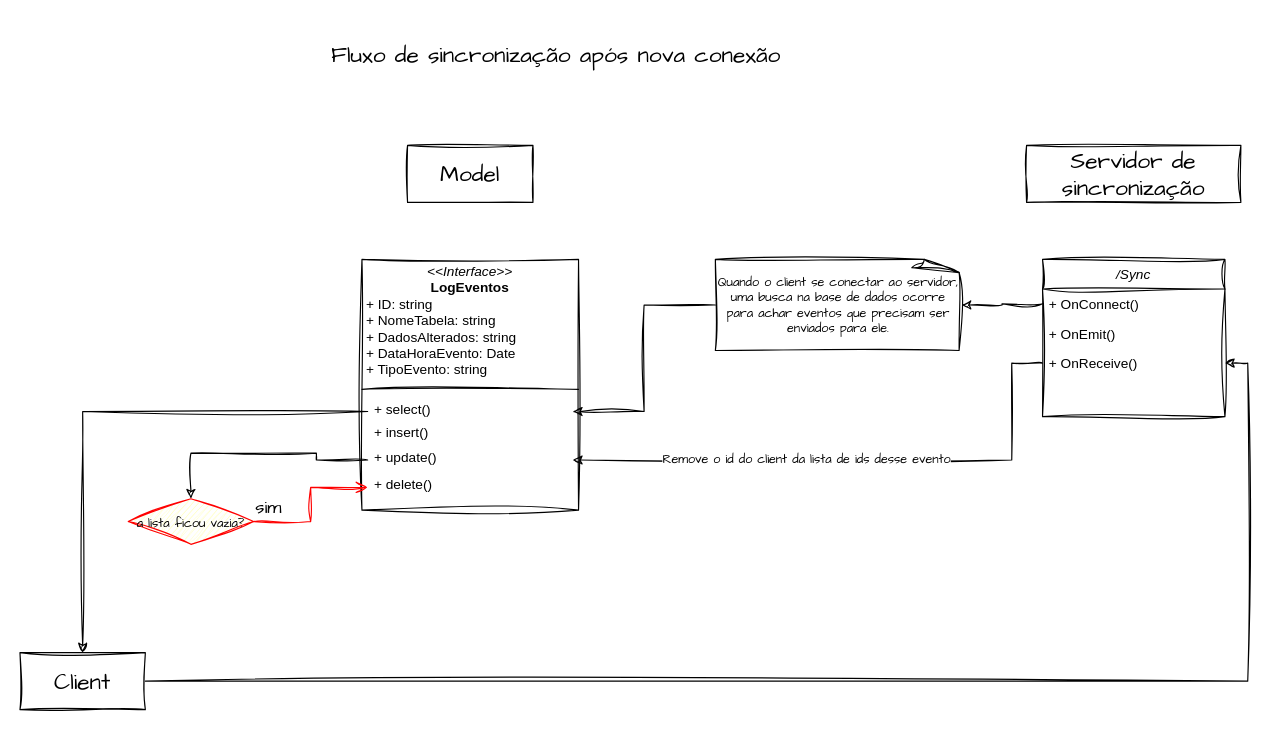
This is page "Primeira sincronização" (1 of 2) of Pulsar Sync.drawio from Vusmonth/uml, a draw.io file, before an edit. Source tidied: cells renumbered, new cells numbered last; positions are measured from the earlier drawing's top-left corner, leaving out a move shared by most shapes. Both pictures are drawn from the tidied source at 114%, with x=0, y=0 at pixel (19, 31).
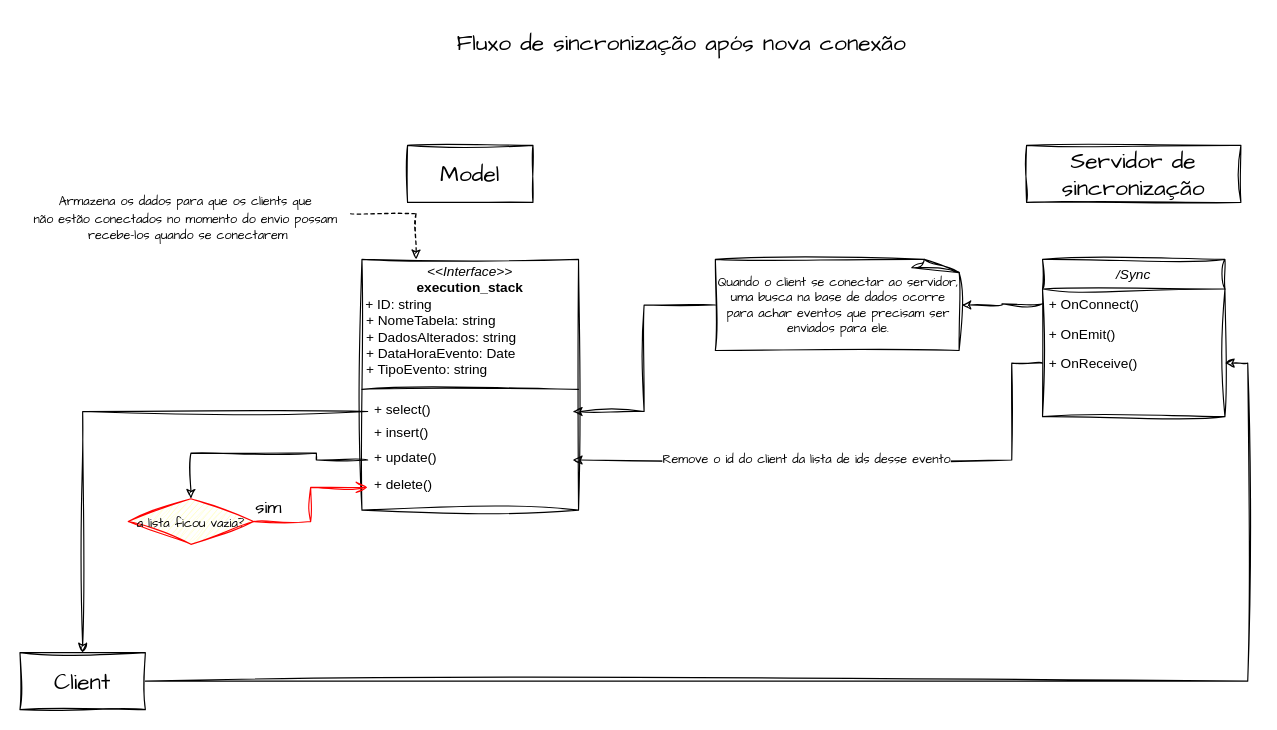
Above is the later version.

Change to the diagram source:
```diff
@@
-    <mxCell id="12" value="&lt;p style=&quot;margin:0px;margin-top:4px;text-align:center;&quot;&gt;&lt;i&gt;&amp;lt;&amp;lt;Interface&amp;gt;&amp;gt;&lt;/i&gt;&lt;br&gt;&lt;/p&gt;&lt;div style=&quot;text-align: center;&quot;&gt;&lt;b&gt;LogEventos&lt;/b&gt;&lt;/div&gt;&lt;p style=&quot;margin:0px;margin-left:4px;&quot;&gt;+ ID: string&lt;/p&gt;&lt;p style=&quot;margin:0px;margin-left:4px;&quot;&gt;+ NomeTabela: string&lt;/p&gt;&lt;p style=&quot;margin:0px;margin-left:4px;&quot;&gt;+ DadosAlterados: string&lt;/p&gt;&lt;p style=&quot;margin:0px;margin-left:4px;&quot;&gt;+ DataHoraEvento: Date&lt;/p&gt;&lt;p style=&quot;margin:0px;margin-left:4px;&quot;&gt;+ TipoEvento: string&lt;/p&gt;&lt;p style=&quot;margin:0px;margin-left:4px;&quot;&gt;&lt;br&gt;&lt;/p&gt;" style="verticalAlign=top;align=left;overflow=fill;fontSize=12;fontFamily=Helvetica;html=1;whiteSpace=wrap;sketch=1;hachureGap=4;jiggle=2;curveFitting=1;" parent="1" vertex="1">
+    <mxCell id="12" value="&lt;p style=&quot;margin:0px;margin-top:4px;text-align:center;&quot;&gt;&lt;i&gt;&amp;lt;&amp;lt;Interface&amp;gt;&amp;gt;&lt;/i&gt;&lt;br&gt;&lt;/p&gt;&lt;div style=&quot;text-align: center;&quot;&gt;&lt;span style=&quot;background-color: initial; text-align: left;&quot;&gt;&lt;b&gt;execution_stack&lt;/b&gt;&lt;/span&gt;&lt;/div&gt;&lt;div style=&quot;&quot;&gt;&lt;span style=&quot;background-color: initial;&quot;&gt;&amp;nbsp;+ ID: string&lt;/span&gt;&lt;/div&gt;&lt;p style=&quot;margin:0px;margin-left:4px;&quot;&gt;+ NomeTabela: string&lt;/p&gt;&lt;p style=&quot;margin:0px;margin-left:4px;&quot;&gt;+ DadosAlterados: string&lt;/p&gt;&lt;p style=&quot;margin:0px;margin-left:4px;&quot;&gt;+ DataHoraEvento: Date&lt;/p&gt;&lt;p style=&quot;margin:0px;margin-left:4px;&quot;&gt;+ TipoEvento: string&lt;/p&gt;&lt;p style=&quot;margin:0px;margin-left:4px;&quot;&gt;&lt;br&gt;&lt;/p&gt;" style="verticalAlign=top;align=left;overflow=fill;fontSize=12;fontFamily=Helvetica;html=1;whiteSpace=wrap;sketch=1;hachureGap=4;jiggle=2;curveFitting=1;" parent="1" vertex="1">
       <mxGeometry x="300" y="200" width="190" height="220" as="geometry" />
     </mxCell>
@@
-    <mxCell id="25" value="Fluxo de sincronização após nova conexão" style="text;html=1;align=center;verticalAlign=middle;strokeColor=none;fillColor=none;fontSize=20;fontFamily=Architects Daughter;" parent="1" vertex="1">
-      <mxGeometry x="260" width="420" height="40" as="geometry" />
+    <mxCell id="25" value="Fluxo de sincronização após nova conexão" style="text;html=1;align=center;verticalAlign=middle;strokeColor=none;fillColor=none;fontSize=20;fontFamily=Architects Daughter;imageAlign=center;" parent="1" vertex="1">
+      <mxGeometry x="370" y="-10" width="420" height="40" as="geometry" />
     </mxCell>
+    <mxCell id="26" style="edgeStyle=orthogonalEdgeStyle;rounded=0;sketch=1;hachureGap=4;jiggle=2;curveFitting=1;jettySize=auto;html=1;entryX=0.25;entryY=0;entryDx=0;entryDy=0;fontFamily=Architects Daughter;fontSize=16;dashed=1;" parent="1" edge="1" source="27" target="12">
+      <mxGeometry relative="1" as="geometry" />
+    </mxCell>
+    <mxCell id="27" value="&lt;p style=&quot;line-height: 82%;&quot;&gt;&lt;/p&gt;&lt;div style=&quot;&quot;&gt;&lt;span style=&quot;font-size: 11px; background-color: initial;&quot;&gt;Armazena os dados para que os clients que&lt;/span&gt;&lt;/div&gt;&lt;font style=&quot;font-size: 11px;&quot;&gt;&lt;div style=&quot;&quot;&gt;&lt;span style=&quot;background-color: initial;&quot;&gt;não estão conectados no momento do envio possam&lt;/span&gt;&lt;/div&gt;&lt;div style=&quot;&quot;&gt;&lt;span style=&quot;background-color: initial;&quot;&gt;&amp;nbsp;recebe-los quando se conectarem&lt;/span&gt;&lt;/div&gt;&lt;/font&gt;&lt;p&gt;&lt;/p&gt;" style="text;html=1;align=center;verticalAlign=middle;points=[];strokeColor=none;fillColor=none;fontSize=20;fontFamily=Architects Daughter;" parent="1" vertex="1">
+      <mxGeometry y="110" width="290" height="100" as="geometry" />
+    </mxCell>
```
